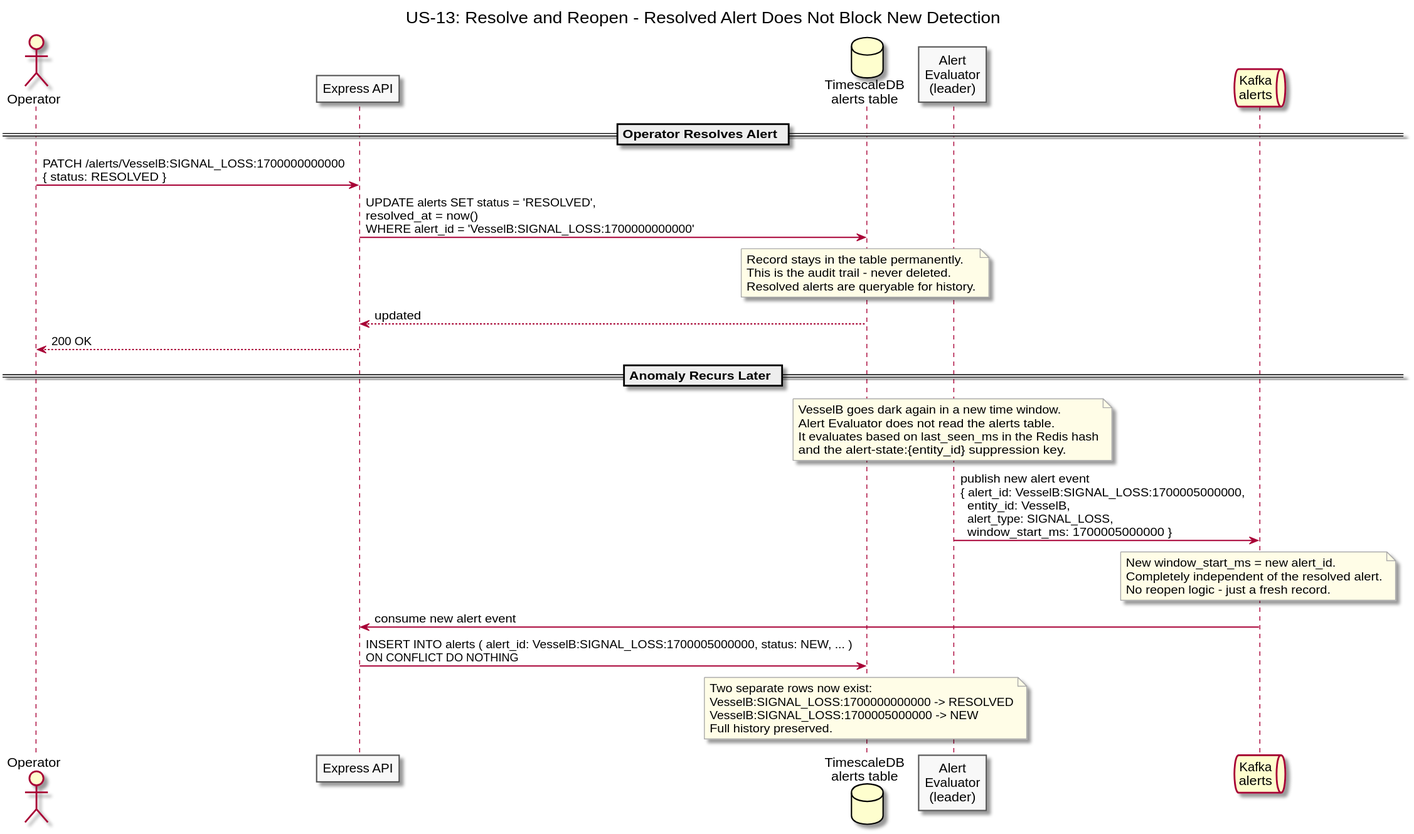
This is diagrams/docs/use-cases/US-13-alert-lifecycle/resolve-and-reopen.svg from Buffden/sentinel, a PlantUML export, as it was before one commit.
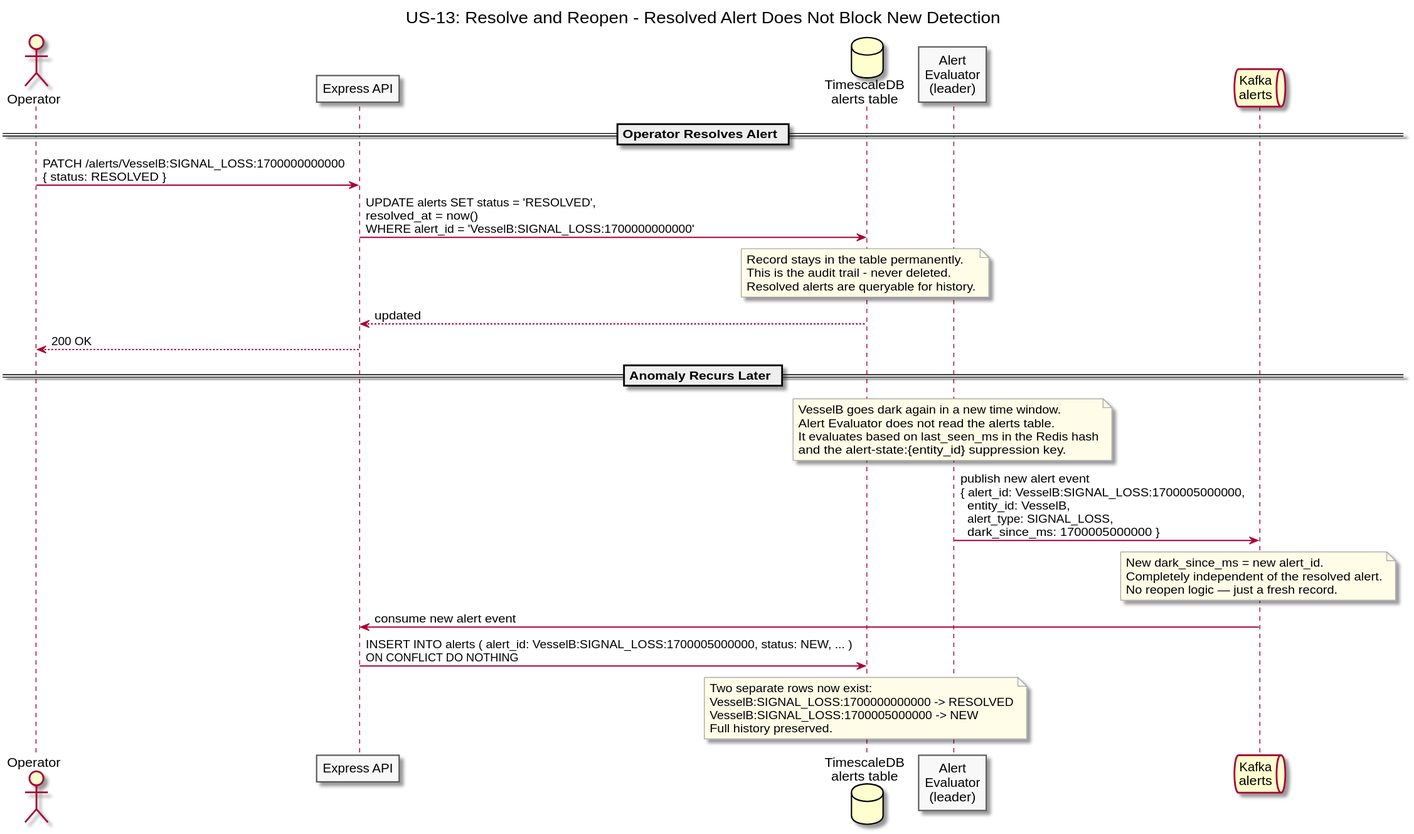
After the commit.

What changed in the source:
```diff
@@ -37,12 +37,12 @@
   and the alert-state:{entity_id} suppression key.
 end note
 
-Evaluator -> Kafka : publish new alert event\n{ alert_id: VesselB:SIGNAL_LOSS:1700005000000,\n  entity_id: VesselB,\n  alert_type: SIGNAL_LOSS,\n  window_start_ms: 1700005000000 }
+Evaluator -> Kafka : publish new alert event\n{ alert_id: VesselB:SIGNAL_LOSS:1700005000000,\n  entity_id: VesselB,\n  alert_type: SIGNAL_LOSS,\n  dark_since_ms: 1700005000000 }
 
 note over Kafka
-  New window_start_ms = new alert_id.
+  New dark_since_ms = new alert_id.
   Completely independent of the resolved alert.
-  No reopen logic - just a fresh record.
+  No reopen logic — just a fresh record.
 end note
 
 Kafka -> API : consume new alert event
```
